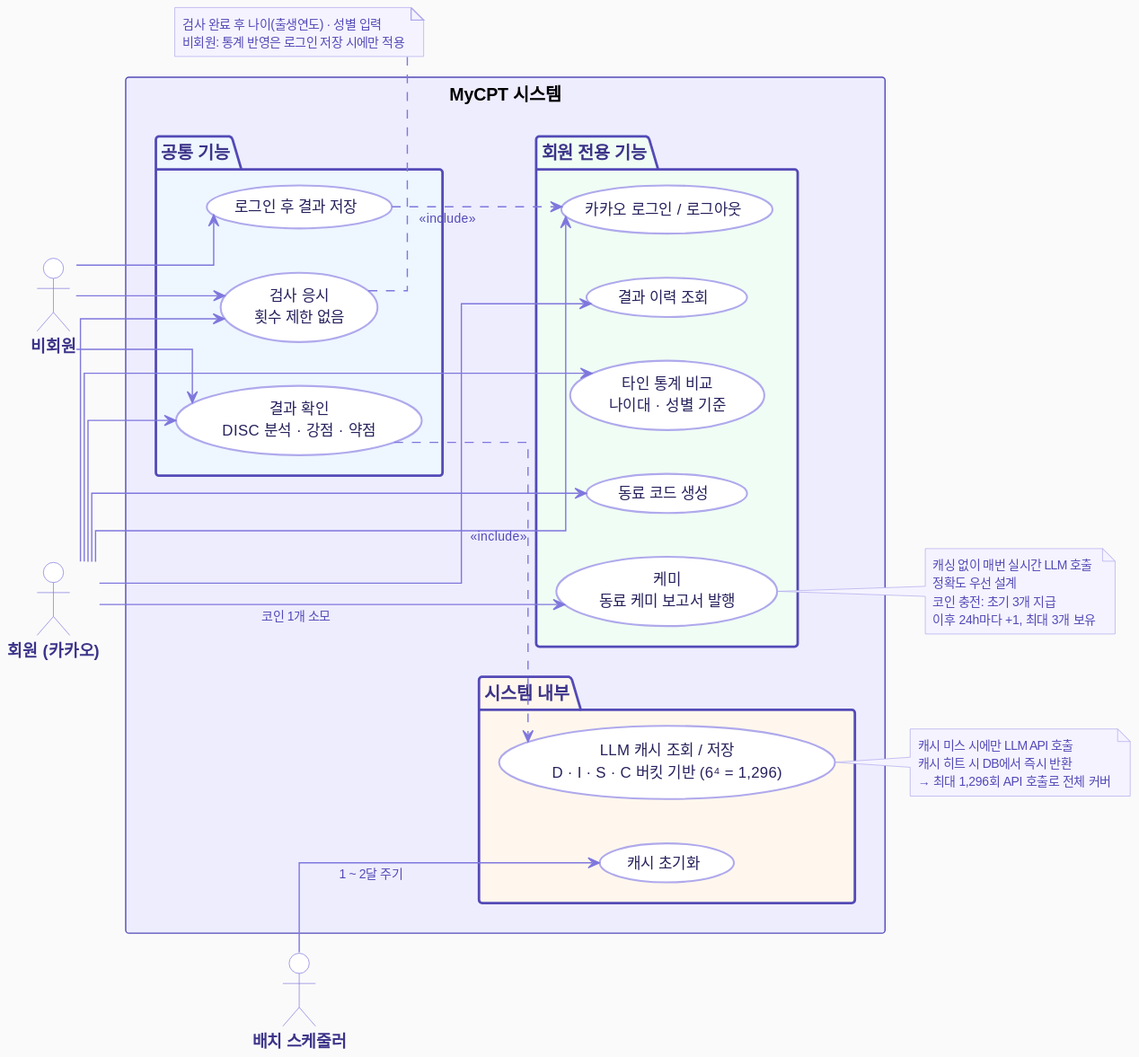
Yush1nk1m/MyCPT keeps this PlantUML diagram as docs/images/MyCPT_UseCase.svg. Above is the earlier version. The source it was exported from:
```plantuml
@startuml
left to right direction
skinparam backgroundColor #FAFAFA

skinparam actor {
  BackgroundColor #FFFFFF
  BorderColor #7F77DD
  FontColor #3C3489
  FontSize 13
  FontStyle bold
}

skinparam usecase {
  BackgroundColor #FFFFFF
  BorderColor #AFA9EC
  FontColor #26215C
  FontSize 12
  BorderThickness 1.5
  ArrowColor #7F77DD
  ArrowFontColor #534AB7
  ArrowFontSize 10
}

skinparam package {
  BackgroundColor #EEEDFE
  BorderColor #534AB7
  BorderThickness 2
  FontColor #3C3489
  FontSize 14
  FontStyle bold
}

skinparam note {
  BackgroundColor #F5F3FF
  BorderColor #AFA9EC
  FontColor #534AB7
  FontSize 10
}

skinparam linetype ortho

actor "비회원" as Guest
actor "회원 (카카오)" as Member
actor "배치 스케줄러" as Batch

rectangle "MyCPT 시스템" {

  package "공통 기능" #EEF6FF {
    usecase "검사 응시\n횟수 제한 없음" as UC_Test
    usecase "결과 확인\nDISC 분석 · 강점 · 약점" as UC_Result
    usecase "로그인 후 결과 저장" as UC_Save
  }

  package "회원 전용 기능" #F0FDF4 {
    usecase "카카오 로그인 / 로그아웃" as UC_Login
    usecase "결과 이력 조회" as UC_History
    usecase "타인 통계 비교\n나이대 · 성별 기준" as UC_Stats
    usecase "동료 코드 생성" as UC_Code
    usecase "케미\n동료 케미 보고서 발행" as UC_Compat
  }

  package "시스템 내부" #FFF7ED {
    usecase "LLM 캐시 조회 / 저장\nD · I · S · C 버킷 기반 (6⁴ = 1,296)" as UC_Cache
    usecase "캐시 초기화" as UC_Clear
  }
}

Guest  --> UC_Test
Guest  --> UC_Result
Guest  --> UC_Save

Member --> UC_Test
Member --> UC_Result
Member --> UC_Login
Member --> UC_History
Member --> UC_Stats
Member --> UC_Code
Member --> UC_Compat  : 코인 1개 소모

Batch  --> UC_Clear   : 1 ~ 2달 주기

UC_Result ..> UC_Cache : <<include>>
UC_Save   ..> UC_Login : <<include>>

note right of UC_Cache
  캐시 미스 시에만 LLM API 호출
  캐시 히트 시 DB에서 즉시 반환
  → 최대 1,296회 API 호출로 전체 커버
end note

note right of UC_Compat
  캐싱 없이 매번 실시간 LLM 호출
  정확도 우선 설계
  코인 충전: 초기 3개 지급
  이후 24h마다 +1, 최대 3개 보유
end note

note bottom of UC_Test
  검사 완료 후 나이(출생연도) · 성별 입력
  비회원: 통계 반영은 로그인 저장 시에만 적용
end note
@enduml
```
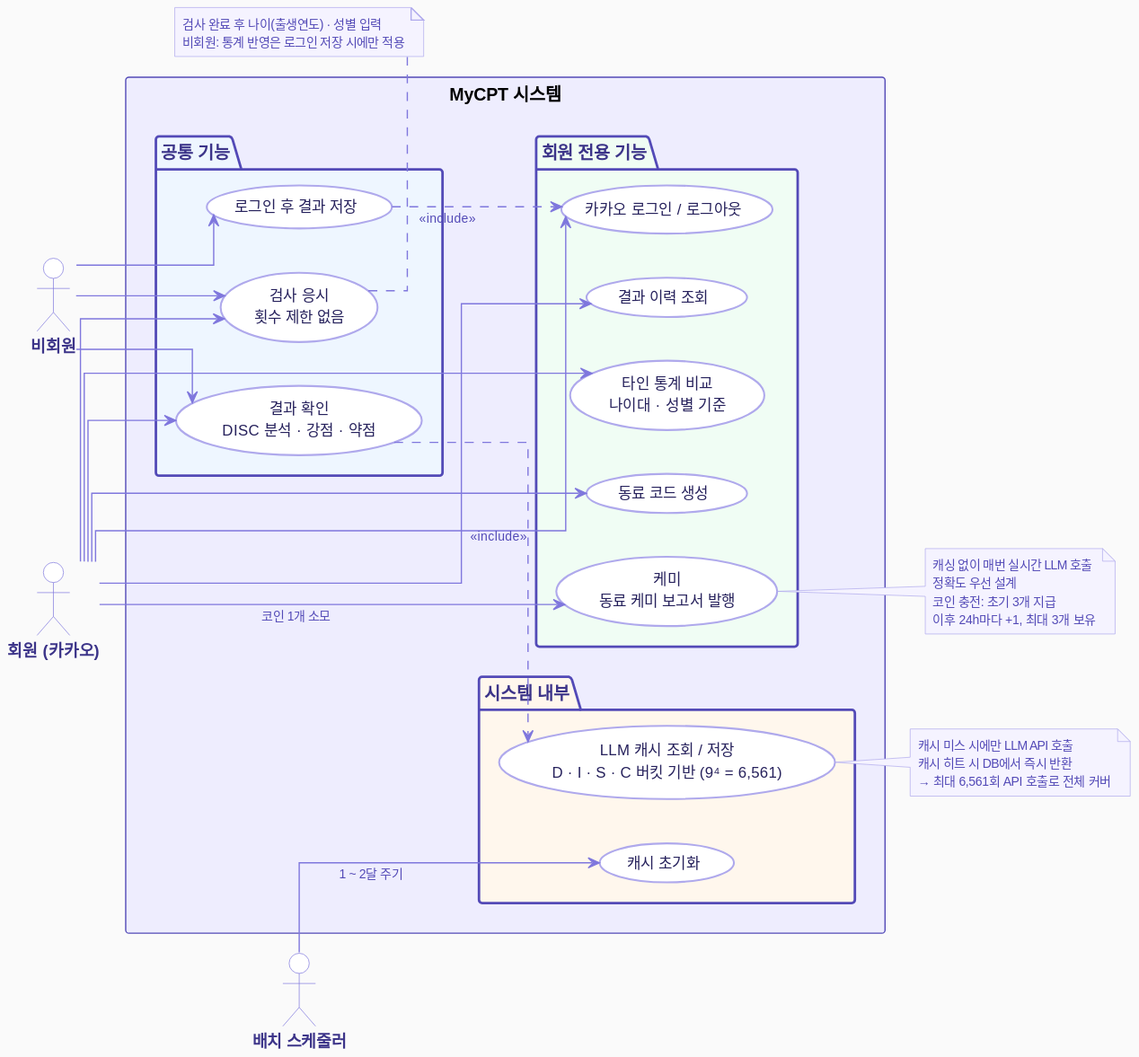
Later version of the same file.

Diff of the diagram source:
```diff
@@ -60,7 +60,7 @@
   }
 
   package "시스템 내부" #FFF7ED {
-    usecase "LLM 캐시 조회 / 저장\nD · I · S · C 버킷 기반 (6⁴ = 1,296)" as UC_Cache
+    usecase "LLM 캐시 조회 / 저장\nD · I · S · C 버킷 기반 (9⁴ = 6,561)" as UC_Cache
     usecase "캐시 초기화" as UC_Clear
   }
 }
@@ -85,7 +85,7 @@
 note right of UC_Cache
   캐시 미스 시에만 LLM API 호출
   캐시 히트 시 DB에서 즉시 반환
-  → 최대 1,296회 API 호출로 전체 커버
+  → 최대 6,561회 API 호출로 전체 커버
 end note
 
 note right of UC_Compat
```
